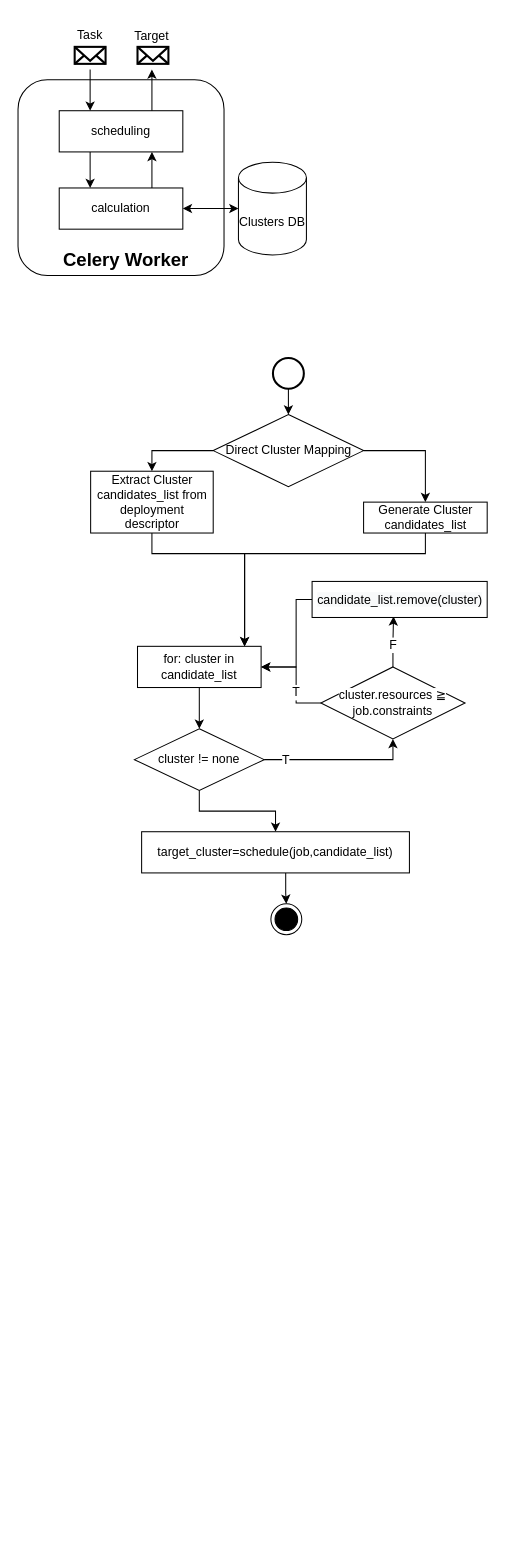
This is static/oakestra/scheduling.drawio from oakestra/documentation, a draw.io file, before an edit. Source tidied: cells renumbered, new cells numbered last; positions are measured from the earlier drawing's top-left corner, leaving out a move shared by most shapes. Both pictures are drawn from the tidied source at 103%, with x=0, y=0 at pixel (18, 18).
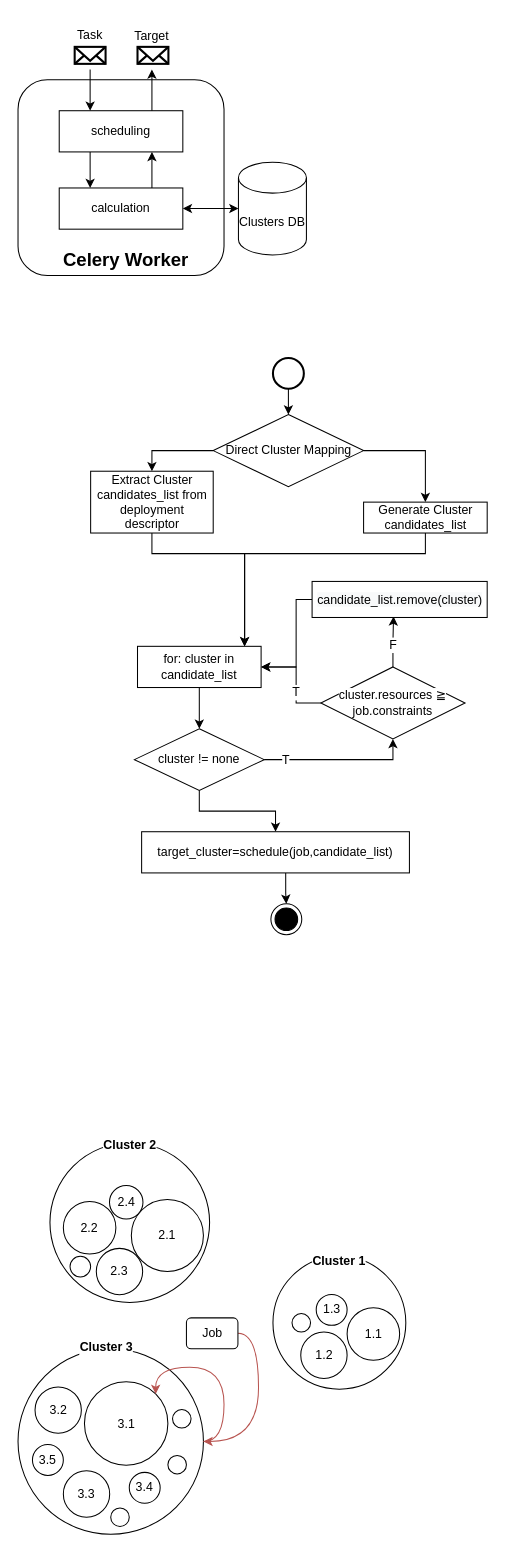
Above is the later version.

Diff of the diagram source:
```diff
@@
+    <mxCell id="40" style="ellipse;whiteSpace=wrap;html=1;rounded=0;labelBackgroundColor=#FFFFFF;fontSize=12;strokeColor=#000000;" parent="1" vertex="1">
+      <mxGeometry x="31" y="1092" width="155" height="155" as="geometry" />
+    </mxCell>
@@
+    <mxCell id="41" value="2.2" style="ellipse;whiteSpace=wrap;html=1;rounded=0;labelBackgroundColor=#FFFFFF;fontSize=12;strokeColor=#000000;" parent="1" vertex="1">
+      <mxGeometry x="44" y="1149" width="51" height="51" as="geometry" />
+    </mxCell>
+    <mxCell id="42" value="2.3" style="ellipse;whiteSpace=wrap;html=1;rounded=0;labelBackgroundColor=#FFFFFF;fontSize=12;strokeColor=#000000;" parent="1" vertex="1">
+      <mxGeometry x="76" y="1194.5" width="45" height="45" as="geometry" />
+    </mxCell>
+    <mxCell id="43" style="ellipse;whiteSpace=wrap;html=1;rounded=0;labelBackgroundColor=#FFFFFF;fontSize=12;strokeColor=#000000;" parent="1" vertex="1">
+      <mxGeometry x="50.5" y="1202.2" width="20" height="20" as="geometry" />
+    </mxCell>
+    <mxCell id="44" value="2.4" style="ellipse;whiteSpace=wrap;html=1;rounded=0;labelBackgroundColor=#FFFFFF;fontSize=12;strokeColor=#000000;" parent="1" vertex="1">
+      <mxGeometry x="88.8" y="1133.5" width="32.5" height="32.5" as="geometry" />
+    </mxCell>
+    <mxCell id="45" value="2.1" style="ellipse;whiteSpace=wrap;html=1;rounded=0;labelBackgroundColor=#FFFFFF;fontSize=12;strokeColor=#000000;" parent="1" vertex="1">
+      <mxGeometry x="110" y="1147" width="70" height="70" as="geometry" />
+    </mxCell>
+    <mxCell id="46" style="ellipse;whiteSpace=wrap;html=1;rounded=0;labelBackgroundColor=#FFFFFF;fontSize=12;strokeColor=#000000;" parent="1" vertex="1">
+      <mxGeometry x="247.5" y="1202.2" width="129" height="129" as="geometry" />
+    </mxCell>
+    <mxCell id="47" style="ellipse;whiteSpace=wrap;html=1;rounded=0;labelBackgroundColor=#FFFFFF;fontSize=12;strokeColor=#000000;" parent="1" vertex="1">
+      <mxGeometry x="266" y="1257.8" width="18" height="18" as="geometry" />
+    </mxCell>
+    <mxCell id="48" value="1.2" style="ellipse;whiteSpace=wrap;html=1;rounded=0;labelBackgroundColor=#FFFFFF;fontSize=12;strokeColor=#000000;" parent="1" vertex="1">
+      <mxGeometry x="274.5" y="1275.8" width="45" height="45" as="geometry" />
+    </mxCell>
+    <mxCell id="49" value="1.3" style="ellipse;whiteSpace=wrap;html=1;rounded=0;labelBackgroundColor=#FFFFFF;fontSize=12;strokeColor=#000000;" parent="1" vertex="1">
+      <mxGeometry x="289.5" y="1239.2" width="30" height="30" as="geometry" />
+    </mxCell>
+    <mxCell id="50" value="1.1" style="ellipse;whiteSpace=wrap;html=1;rounded=0;labelBackgroundColor=#FFFFFF;fontSize=12;strokeColor=#000000;" parent="1" vertex="1">
+      <mxGeometry x="319.5" y="1252.2" width="51" height="51" as="geometry" />
+    </mxCell>
+    <mxCell id="51" style="ellipse;whiteSpace=wrap;html=1;rounded=0;labelBackgroundColor=#FFFFFF;fontSize=12;strokeColor=#000000;" parent="1" vertex="1">
+      <mxGeometry y="1292" width="180" height="180" as="geometry" />
+    </mxCell>
+    <mxCell id="52" style="ellipse;whiteSpace=wrap;html=1;rounded=0;labelBackgroundColor=#FFFFFF;fontSize=12;strokeColor=#000000;" parent="1" vertex="1">
+      <mxGeometry x="90" y="1446.5" width="18" height="18" as="geometry" />
+    </mxCell>
+    <mxCell id="53" value="3.2" style="ellipse;whiteSpace=wrap;html=1;rounded=0;labelBackgroundColor=#FFFFFF;fontSize=12;strokeColor=#000000;" parent="1" vertex="1">
+      <mxGeometry x="16.5" y="1329" width="45" height="45" as="geometry" />
+    </mxCell>
+    <mxCell id="54" value="3.4" style="ellipse;whiteSpace=wrap;html=1;rounded=0;labelBackgroundColor=#FFFFFF;fontSize=12;strokeColor=#000000;" parent="1" vertex="1">
+      <mxGeometry x="108" y="1412" width="30" height="30" as="geometry" />
+    </mxCell>
+    <mxCell id="55" value="3.1" style="ellipse;whiteSpace=wrap;html=1;rounded=0;labelBackgroundColor=#FFFFFF;fontSize=12;strokeColor=#000000;" parent="1" vertex="1">
+      <mxGeometry x="64.5" y="1324" width="81" height="81" as="geometry" />
+    </mxCell>
+    <mxCell id="56" style="ellipse;whiteSpace=wrap;html=1;rounded=0;labelBackgroundColor=#FFFFFF;fontSize=12;strokeColor=#000000;" parent="1" vertex="1">
+      <mxGeometry x="150" y="1351" width="18" height="18" as="geometry" />
+    </mxCell>
+    <mxCell id="57" style="ellipse;whiteSpace=wrap;html=1;rounded=0;labelBackgroundColor=#FFFFFF;fontSize=12;strokeColor=#000000;" parent="1" vertex="1">
+      <mxGeometry x="145.5" y="1395.5" width="18" height="18" as="geometry" />
+    </mxCell>
+    <mxCell id="58" value="3.5" style="ellipse;whiteSpace=wrap;html=1;rounded=0;labelBackgroundColor=#FFFFFF;fontSize=12;strokeColor=#000000;" parent="1" vertex="1">
+      <mxGeometry x="14" y="1385" width="30" height="30" as="geometry" />
+    </mxCell>
+    <mxCell id="59" value="3.3" style="ellipse;whiteSpace=wrap;html=1;rounded=0;labelBackgroundColor=#FFFFFF;fontSize=12;strokeColor=#000000;" parent="1" vertex="1">
+      <mxGeometry x="44" y="1410.5" width="45" height="45" as="geometry" />
+    </mxCell>
+    <mxCell id="60" style="edgeStyle=orthogonalEdgeStyle;rounded=0;jettySize=auto;html=1;exitX=1;exitY=0.5;exitDx=0;exitDy=0;entryX=1;entryY=0.5;entryDx=0;entryDy=0;fontSize=12;startArrow=none;startFill=0;curved=1;fillColor=#f8cecc;strokeColor=#b85450;" parent="1" edge="1" source="61" target="51">
+      <mxGeometry relative="1" as="geometry" />
+    </mxCell>
+    <mxCell id="61" value="Job" style="rounded=1;whiteSpace=wrap;html=1;labelBackgroundColor=#FFFFFF;fontSize=12;strokeColor=#000000;" parent="1" vertex="1">
+      <mxGeometry x="163.5" y="1262" width="50" height="30" as="geometry" />
+    </mxCell>
+    <mxCell id="62" style="edgeStyle=orthogonalEdgeStyle;curved=1;rounded=0;jettySize=auto;html=1;exitX=1;exitY=0.5;exitDx=0;exitDy=0;entryX=1;entryY=0;entryDx=0;entryDy=0;fontSize=12;startArrow=none;startFill=0;fillColor=#f8cecc;strokeColor=#b85450;" parent="1" edge="1" source="51" target="55">
+      <mxGeometry relative="1" as="geometry">
+        <Array as="points">
+          <mxPoint x="200" y="1382" />
+          <mxPoint x="200" y="1310" />
+          <mxPoint x="134" y="1310" />
+        </Array>
+      </mxGeometry>
+    </mxCell>
+    <mxCell id="63" value="&lt;b&gt;Cluster 1&lt;/b&gt;" style="text;html=1;strokeColor=none;fillColor=none;align=center;verticalAlign=middle;whiteSpace=wrap;rounded=0;labelBackgroundColor=#FFFFFF;fontSize=12;" parent="1" vertex="1">
+      <mxGeometry x="282" y="1192.2" width="60" height="30" as="geometry" />
+    </mxCell>
+    <mxCell id="64" value="&lt;b&gt;Cluster 2&lt;/b&gt;" style="text;html=1;strokeColor=none;fillColor=none;align=center;verticalAlign=middle;whiteSpace=wrap;rounded=0;labelBackgroundColor=#FFFFFF;fontSize=12;" parent="1" vertex="1">
+      <mxGeometry x="78.5" y="1080" width="60" height="30" as="geometry" />
+    </mxCell>
+    <mxCell id="65" value="&lt;b&gt;Cluster 3&lt;/b&gt;" style="text;html=1;strokeColor=none;fillColor=none;align=center;verticalAlign=middle;whiteSpace=wrap;rounded=0;labelBackgroundColor=#FFFFFF;fontSize=12;" parent="1" vertex="1">
+      <mxGeometry x="56" y="1275.8" width="60" height="30" as="geometry" />
+    </mxCell>
```
